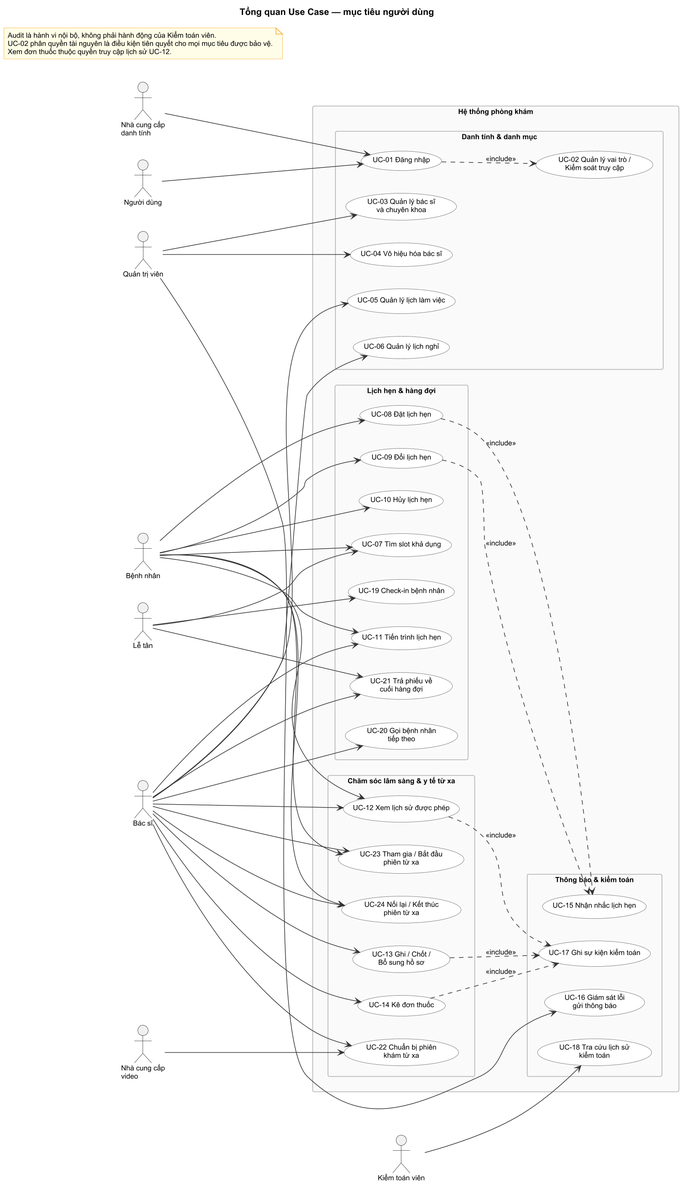
Above: docs/design/use-case/use-case-diagram.png in Samie32/SE-project (PlantUML), before the change.
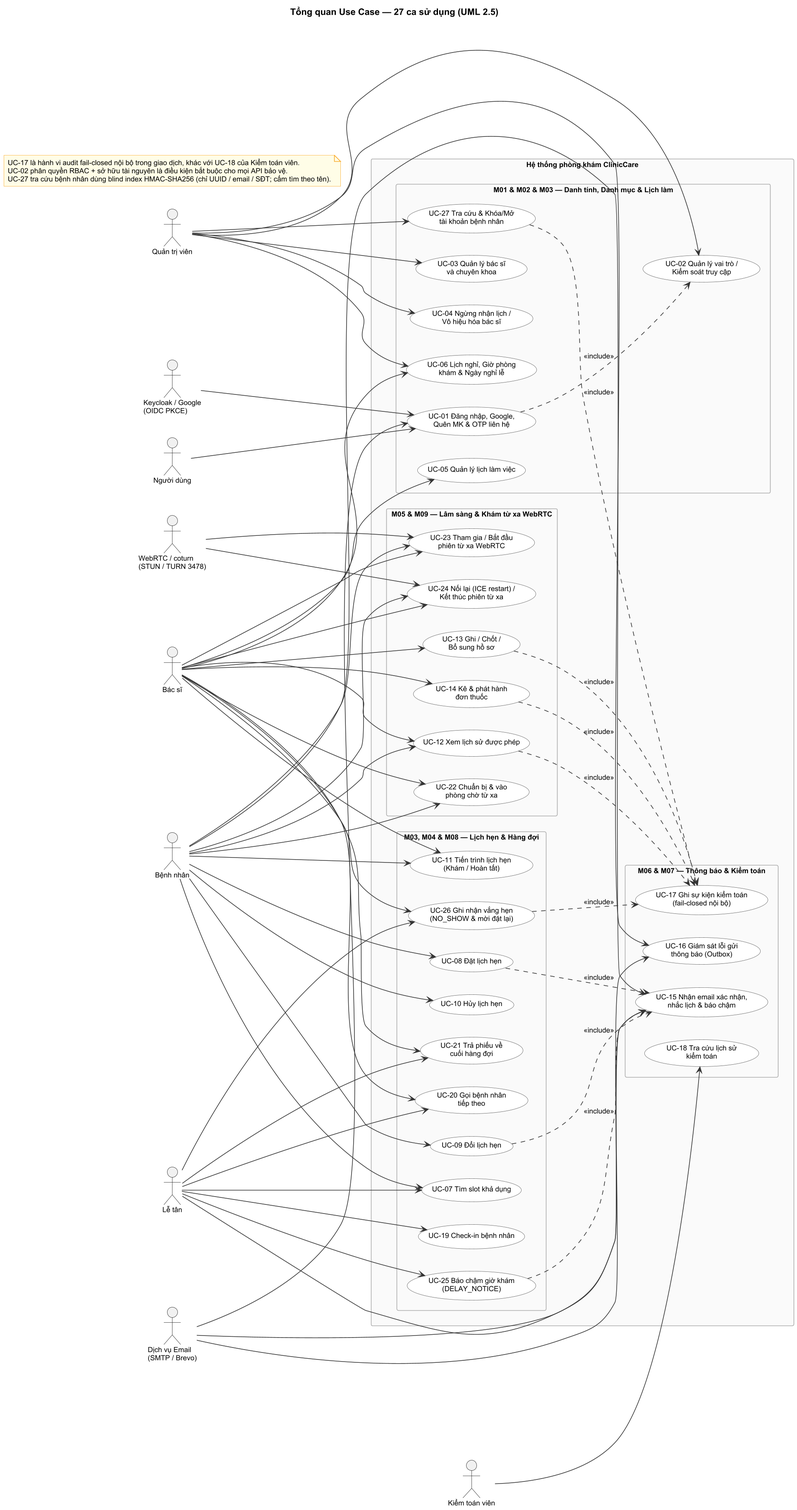
The same diagram one commit later.

The edit, as a diff of the source:
```diff
@@ -13,7 +13,7 @@
 skinparam defaultFontName Arial
 skinparam defaultFontSize 11
 skinparam dpi 150
-title Tổng quan Use Case — mục tiêu người dùng
+title Tổng quan Use Case — 27 ca sử dụng (UML 2.5)
 
 left to right direction
 
@@ -23,61 +23,69 @@
 actor "Lễ tân" as Receptionist
 actor "Quản trị viên" as Admin
 actor "Kiểm toán viên" as Auditor
-actor "Nhà cung cấp\ndanh tính" as IdP
-actor "Nhà cung cấp\nvideo" as VideoProvider
+actor "Keycloak / Google\n(OIDC PKCE)" as IdP
+actor "Dịch vụ Email\n(SMTP / Brevo)" as EmailSvc
+actor "WebRTC / coturn\n(STUN / TURN 3478)" as VideoNet
 
-rectangle "Hệ thống phòng khám" {
+rectangle "Hệ thống phòng khám ClinicCare" {
 
-  package "Danh tính & danh mục" {
-    usecase "UC-01 Đăng nhập" as UC01
+  package "M01 & M02 & M03 — Danh tính, Danh mục & Lịch làm" {
+    usecase "UC-01 Đăng nhập, Google,\nQuên MK & OTP liên hệ" as UC01
     usecase "UC-02 Quản lý vai trò /\nKiểm soát truy cập" as UC02
+    usecase "UC-27 Tra cứu & Khóa/Mở\ntài khoản bệnh nhân" as UC27
     usecase "UC-03 Quản lý bác sĩ\nvà chuyên khoa" as UC03
-    usecase "UC-04 Vô hiệu hóa bác sĩ" as UC04
+    usecase "UC-04 Ngừng nhận lịch /\nVô hiệu hóa bác sĩ" as UC04
     usecase "UC-05 Quản lý lịch làm việc" as UC05
-    usecase "UC-06 Quản lý lịch nghỉ" as UC06
+    usecase "UC-06 Lịch nghỉ, Giờ phòng\nkhám & Ngày nghỉ lễ" as UC06
   }
 
-  package "Lịch hẹn & hàng đợi" {
+  package "M03, M04 & M08 — Lịch hẹn & Hàng đợi" {
     usecase "UC-07 Tìm slot khả dụng" as UC07
     usecase "UC-08 Đặt lịch hẹn" as UC08
     usecase "UC-09 Đổi lịch hẹn" as UC09
     usecase "UC-10 Hủy lịch hẹn" as UC10
-    usecase "UC-11 Tiến trình lịch hẹn" as UC11
+    usecase "UC-11 Tiến trình lịch hẹn\n(Khám / Hoàn tất)" as UC11
+    usecase "UC-25 Báo chậm giờ khám\n(DELAY_NOTICE)" as UC25
+    usecase "UC-26 Ghi nhận vắng hẹn\n(NO_SHOW & mời đặt lại)" as UC26
     usecase "UC-19 Check-in bệnh nhân" as UC19
     usecase "UC-20 Gọi bệnh nhân\ntiếp theo" as UC20
     usecase "UC-21 Trả phiếu về\ncuối hàng đợi" as UC21
   }
 
-  package "Chăm sóc lâm sàng & y tế từ xa" {
+  package "M05 & M09 — Lâm sàng & Khám từ xa WebRTC" {
     usecase "UC-12 Xem lịch sử được phép" as UC12
     usecase "UC-13 Ghi / Chốt /\nBổ sung hồ sơ" as UC13
-    usecase "UC-14 Kê đơn thuốc" as UC14
-    usecase "UC-22 Chuẩn bị phiên\nkhám từ xa" as UC22
-    usecase "UC-23 Tham gia / Bắt đầu\nphiên từ xa" as UC23
-    usecase "UC-24 Nối lại / Kết thúc\nphiên từ xa" as UC24
+    usecase "UC-14 Kê & phát hành\nđơn thuốc" as UC14
+    usecase "UC-22 Chuẩn bị & vào\nphòng chờ từ xa" as UC22
+    usecase "UC-23 Tham gia / Bắt đầu\nphiên từ xa WebRTC" as UC23
+    usecase "UC-24 Nối lại (ICE restart) /\nKết thúc phiên từ xa" as UC24
   }
 
-  package "Thông báo & kiểm toán" {
-    usecase "UC-15 Nhận nhắc lịch hẹn" as UC15
-    usecase "UC-16 Giám sát lỗi\ngửi thông báo" as UC16
-    usecase "UC-17 Ghi sự kiện kiểm toán" as UC17
+  package "M06 & M07 — Thông báo & Kiểm toán" {
+    usecase "UC-15 Nhận email xác nhận,\nnhắc lịch & báo chậm" as UC15
+    usecase "UC-16 Giám sát lỗi gửi\nthông báo (Outbox)" as UC16
+    usecase "UC-17 Ghi sự kiện kiểm toán\n(fail-closed nội bộ)" as UC17
     usecase "UC-18 Tra cứu lịch sử\nkiểm toán" as UC18
   }
 }
 
 note as N1
-  Audit là hành vi nội bộ, không phải hành động của Kiểm toán viên.
-  UC-02 phân quyền tài nguyên là điều kiện tiên quyết cho mọi mục tiêu được bảo vệ.
-  Xem đơn thuốc thuộc quyền truy cập lịch sử UC-12.
+  UC-17 là hành vi audit fail-closed nội bộ trong giao dịch, khác với UC-18 của Kiểm toán viên.
+  UC-02 phân quyền RBAC + sở hữu tài nguyên là điều kiện bắt buộc cho mọi API bảo vệ.
+  UC-27 tra cứu bệnh nhân dùng blind index HMAC-SHA256 (chỉ UUID / email / SĐT; cấm tìm theo tên).
 end note
 
 User --> UC01
 IdP --> UC01
+EmailSvc --> UC01
 UC01 ..> UC02 : <<include>>
 
+Admin --> UC02
 Admin --> UC03
 Admin --> UC04
+Admin --> UC06
 Admin --> UC16
+Admin --> UC27
 
 Doctor --> UC05
 Doctor --> UC06
@@ -90,6 +98,7 @@
 Doctor --> UC22
 Doctor --> UC23
 Doctor --> UC24
+Doctor --> UC26
 
 Patient --> UC07
 Patient --> UC08
@@ -97,20 +106,32 @@
 Patient --> UC10
 Patient --> UC11
 Patient --> UC12
+Patient --> UC22
 Patient --> UC23
 Patient --> UC24
+Patient --> UC15
 
 Receptionist --> UC07
+Receptionist --> UC15
 Receptionist --> UC19
+Receptionist --> UC20
 Receptionist --> UC21
+Receptionist --> UC25
+Receptionist --> UC26
 
 Auditor --> UC18
-VideoProvider --> UC22
+EmailSvc --> UC15
+EmailSvc --> UC16
+VideoNet --> UC23
+VideoNet --> UC24
 
 UC08 ..> UC15 : <<include>>
 UC09 ..> UC15 : <<include>>
+UC25 ..> UC15 : <<include>>
+UC26 ..> UC17 : <<include>>
+UC27 ..> UC17 : <<include>>
+UC12 ..> UC17 : <<include>>
 UC13 ..> UC17 : <<include>>
 UC14 ..> UC17 : <<include>>
-UC12 ..> UC17 : <<include>>
 
 @enduml
```
